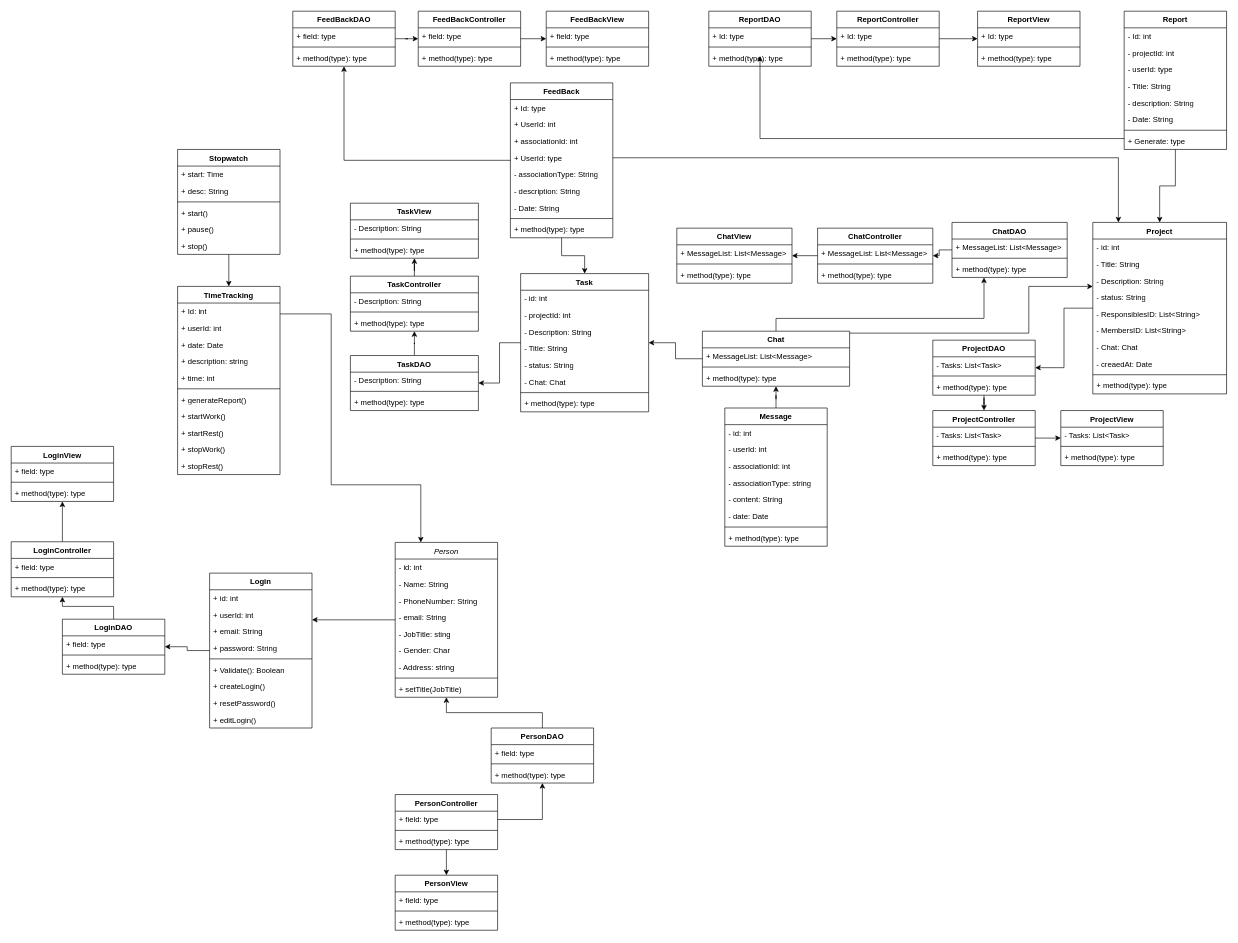
The draw.io diagram docs/DiagramaDeClasse.drawio in GabrielWhite96/TaskLy_LPS, before the edit. Source tidied: cells renumbered, new cells numbered last; positions are measured from the earlier drawing's top-left corner, leaving out a move shared by most shapes. Both pictures are drawn from the tidied source at 64%, with x=0, y=0 at pixel (11, 11).
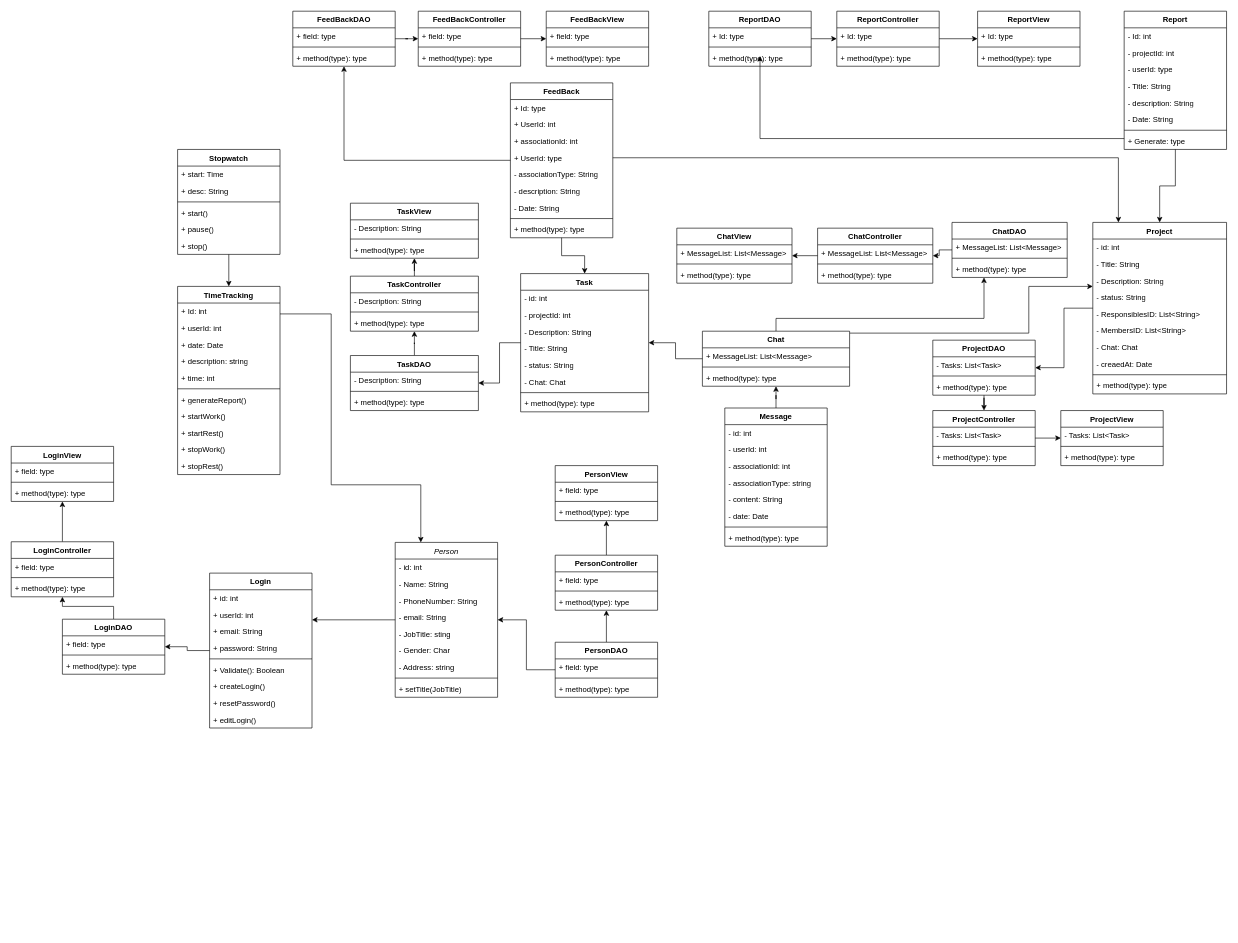
The same page after the edit.

The change refers to these unchanged cells:
```xml
<mxCell id="177" value="+ field: type" style="text;strokeColor=none;fillColor=none;align=left;verticalAlign=top;spacingLeft=4;spacingRight=4;overflow=hidden;points=[[0,0.5],[1,0.5]];portConstraint=eastwest;whiteSpace=wrap;html=1;" parent="176" vertex="1">
  <mxGeometry y="26" width="160" height="26" as="geometry" />
</mxCell>
```

What changed in the source:
```diff
@@
     <mxCell id="133" value="PersonView" style="swimlane;fontStyle=1;align=center;verticalAlign=top;horizontal=1;startSize=26;whiteSpace=wrap;html=1;" parent="1" vertex="1">
-      <mxGeometry x="600" y="1350" width="160" height="86" as="geometry" />
+      <mxGeometry x="850" y="710" width="160" height="86" as="geometry" />
     </mxCell>
@@
+    <mxCell id="207" style="edgeStyle=orthogonalEdgeStyle;rounded=0;jettySize=auto;html=1;" parent="1" edge="1" source="138" target="176">
+      <mxGeometry relative="1" as="geometry" />
+    </mxCell>
     <mxCell id="138" value="PersonDAO" style="swimlane;fontStyle=1;align=center;verticalAlign=top;horizontal=1;startSize=26;whiteSpace=wrap;html=1;" parent="1" vertex="1">
-      <mxGeometry x="750" y="1120" width="160" height="86" as="geometry" />
+      <mxGeometry x="850" y="986" width="160" height="86" as="geometry" />
     </mxCell>
@@
     <mxCell id="176" value="PersonController" style="swimlane;fontStyle=1;align=center;verticalAlign=top;horizontal=1;startSize=26;whiteSpace=wrap;html=1;" parent="1" vertex="1">
-      <mxGeometry x="600" y="1224" width="160" height="86" as="geometry" />
+      <mxGeometry x="850" y="850" width="160" height="86" as="geometry" />
     </mxCell>
@@
-    <mxCell id="180" style="edgeStyle=orthogonalEdgeStyle;rounded=0;jettySize=auto;html=1;" parent="1" edge="1" source="177" target="138">
-      <mxGeometry relative="1" as="geometry" />
-    </mxCell>
```
